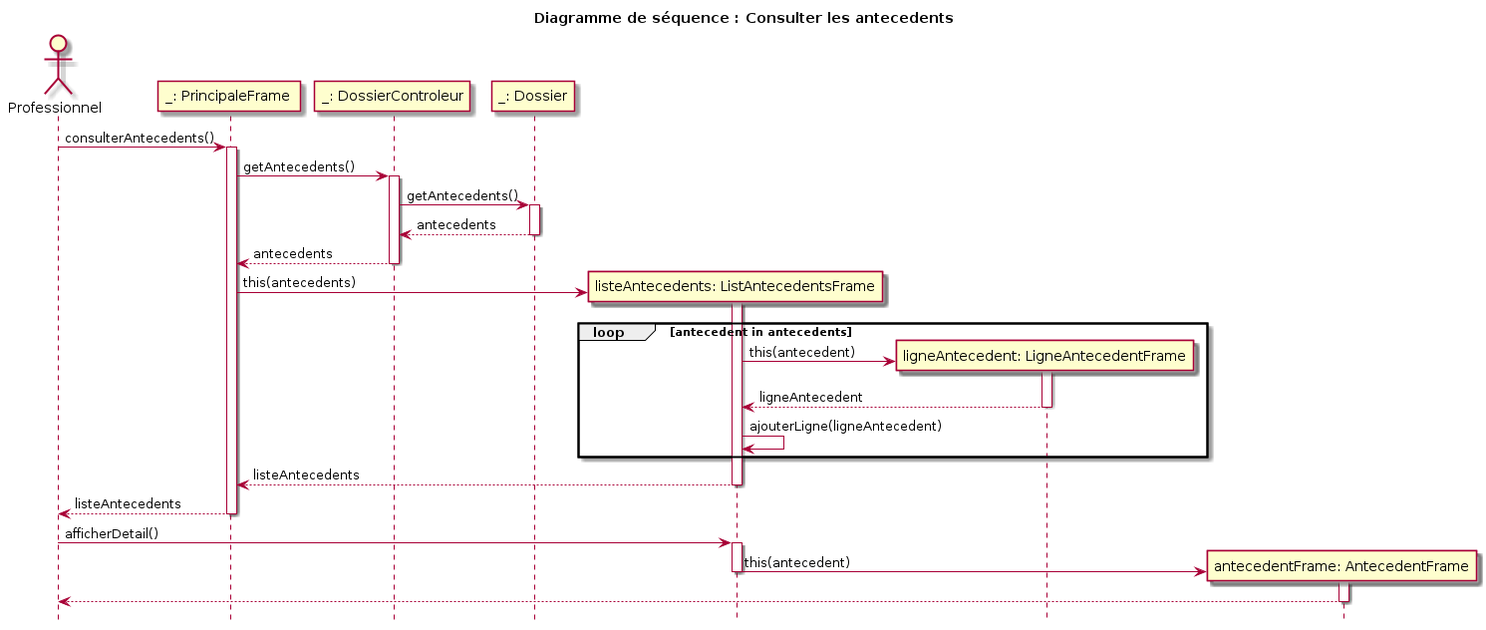
The PlantUML diagram models/sequence_diagram_consulter_antecedents.png in fethiuqam/INF5153-Projet-Session, before a commit.
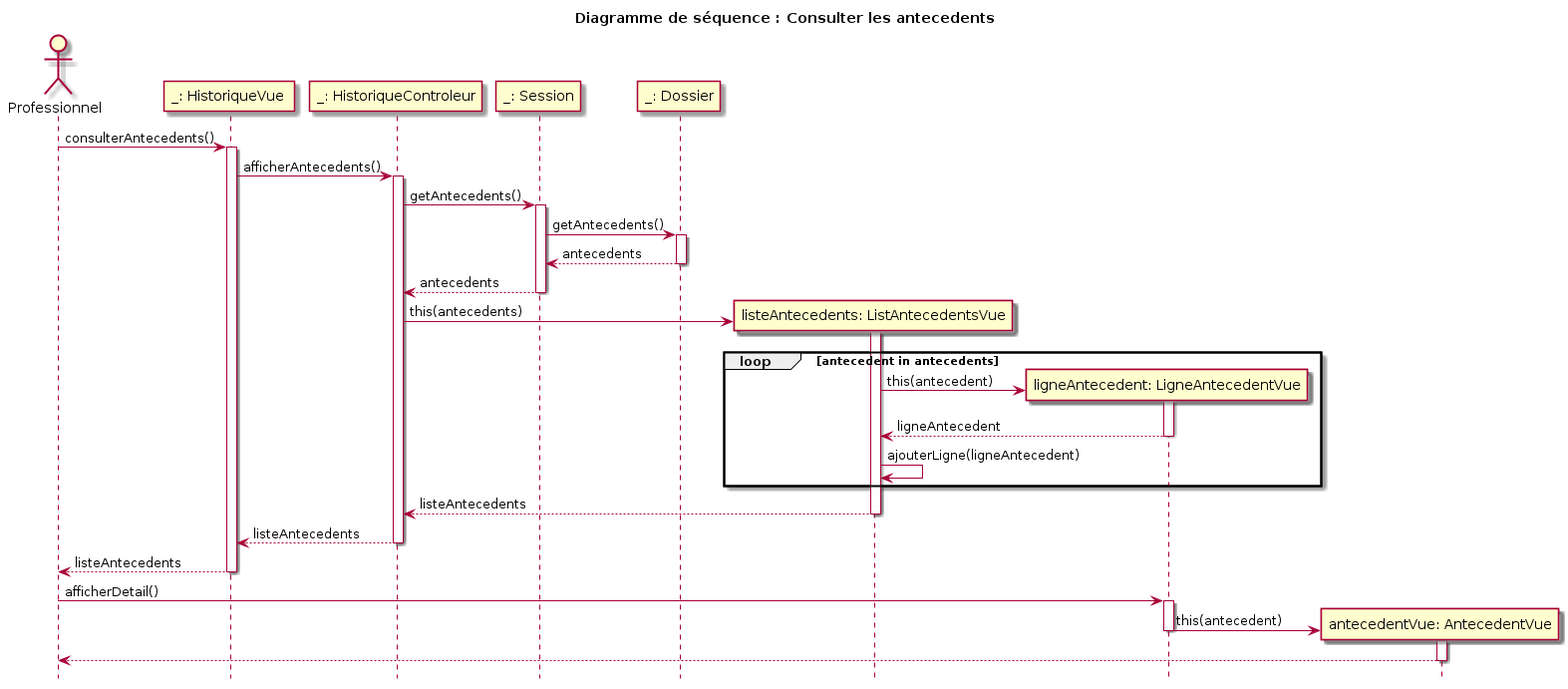
Above is the later version.

Commit message:
modification du diagramme de sequence consulter antecedents

Diff of the diagram source:
```diff
@@ -5,43 +5,47 @@
 
 actor "Professionnel" as pro
 
-participant "_: PrincipaleFrame " as pf
-pro -> pf : consulterAntecedents()
-activate pf
-    participant "_: DossierControleur" as dc
-    pf -> dc : getAntecedents()
-    activate dc
-    participant "_: Dossier" as d
-    dc -> d : getAntecedents()
-    activate d
-    d --> dc : antecedents
-    deactivate d
-    dc --> pf : antecedents
-    deactivate dc
-    create participant "listeAntecedents: ListAntecedentsFrame" as laf
-    pf -> laf: this(antecedents)
+participant "_: HistoriqueVue " as hv
+pro -> hv : consulterAntecedents()
+activate hv
+    participant "_: HistoriqueControleur" as hc
+    hv -> hc : afficherAntecedents()
+    activate hc
+    participant "_: Session" as ssn
+    hc -> ssn : getAntecedents()
+    activate ssn
+        participant "_: Dossier" as dsr
+        ssn -> dsr : getAntecedents()
+        activate dsr
+        dsr --> ssn : antecedents
+        deactivate dsr
+    ssn --> hc : antecedents
+    deactivate ssn
+    create participant "listeAntecedents: ListAntecedentsVue" as laf
+    hc -> laf: this(antecedents)
     activate laf
     loop antecedent in antecedents
-        create participant "ligneAntecedent: LigneAntecedentFrame" as lf
+        create participant "ligneAntecedent: LigneAntecedentVue" as lf
             laf -> lf : this(antecedent)
             activate lf
             lf --> laf : ligneAntecedent
             deactivate lf
         laf -> laf : ajouterLigne(ligneAntecedent)
     end
-    laf --> pf : listeAntecedents
+    laf --> hc : listeAntecedents
     deactivate laf
-    pf --> pro : listeAntecedents
-deactivate pf
+    hc --> hv : listeAntecedents
+    deactivate hc
+    hv --> pro : listeAntecedents
+deactivate hv
 
-pro -> laf : afficherDetail()
-activate laf
-create participant "antecedentFrame: AntecedentFrame" as af
-    laf -> af: this(antecedent)
-    deactivate laf
+pro -> lf : afficherDetail()
+activate lf
+create participant "antecedentVue: AntecedentVue" as af
+    lf -> af: this(antecedent)
+    deactivate lf
     activate af
     af --> pro
     deactivate af
 
-
 @enduml
```
